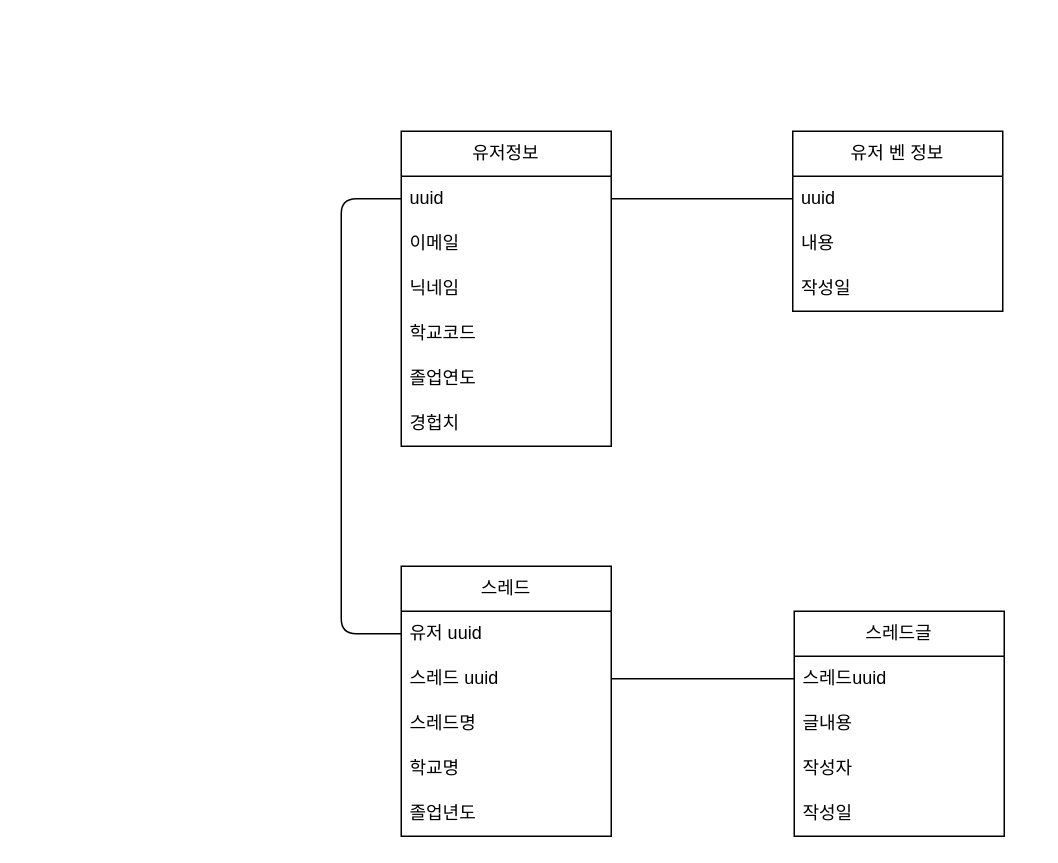
Before: page "api" (2 of 2) of doc/DB.drawio in jhh78/find_friend, a draw.io diagram. Source tidied: cells renumbered, new cells numbered last; positions are measured from the earlier drawing's top-left corner, leaving out a move shared by most shapes. Both pictures are drawn from the tidied source at 150%, with x=0, y=0 at pixel (340, 130).
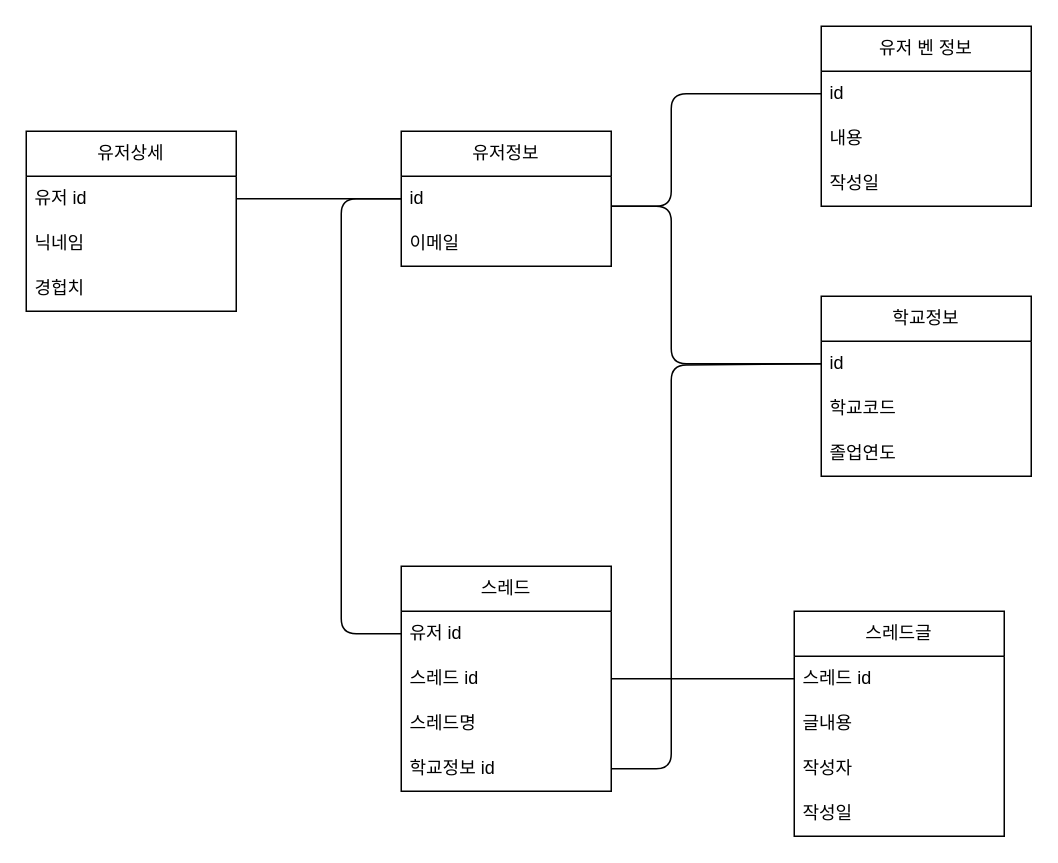
After the change.

Unchanged cells that the change refers to:
```xml
<mxCell id="15" value="스레드글" style="swimlane;fontStyle=0;horizontal=1;startSize=30;whiteSpace=wrap;html=1;" parent="1" vertex="1">
  <mxGeometry x="302" y="320" width="140" height="150" as="geometry" />
</mxCell>
```

The edit, as a diff of the source:
```diff
@@
     <mxCell id="2" value="유저정보" style="swimlane;fontStyle=0;horizontal=1;startSize=30;whiteSpace=wrap;html=1;" parent="1" vertex="1">
-      <mxGeometry x="40" width="140" height="210" as="geometry" />
+      <mxGeometry x="40" width="140" height="90" as="geometry" />
     </mxCell>
-    <mxCell id="3" value="uuid&lt;span style=&quot;white-space: pre;&quot;&gt;&#9;&lt;/span&gt;&lt;br&gt;" style="text;strokeColor=none;fillColor=none;align=left;verticalAlign=middle;spacingLeft=4;spacingRight=4;overflow=hidden;points=[[0,0.5],[1,0.5]];portConstraint=eastwest;whiteSpace=wrap;html=1;" parent="2" vertex="1">
+    <mxCell id="3" value="id" style="text;strokeColor=none;fillColor=none;align=left;verticalAlign=middle;spacingLeft=4;spacingRight=4;overflow=hidden;points=[[0,0.5],[1,0.5]];portConstraint=eastwest;whiteSpace=wrap;html=1;" parent="2" vertex="1">
       <mxGeometry y="30" width="140" height="30" as="geometry" />
     </mxCell>
@@
-    <mxCell id="5" value="닉네임" style="text;strokeColor=none;fillColor=none;align=left;verticalAlign=middle;spacingLeft=4;spacingRight=4;overflow=hidden;whiteSpace=wrap;html=1;" parent="2" vertex="1">
-      <mxGeometry y="90" width="140" height="30" as="geometry" />
-    </mxCell>
-    <mxCell id="6" value="학교코드" style="text;strokeColor=none;fillColor=none;align=left;verticalAlign=middle;spacingLeft=4;spacingRight=4;overflow=hidden;whiteSpace=wrap;html=1;" parent="2" vertex="1">
-      <mxGeometry y="120" width="140" height="30" as="geometry" />
-    </mxCell>
-    <mxCell id="7" value="졸업연도" style="text;strokeColor=none;fillColor=none;align=left;verticalAlign=middle;spacingLeft=4;spacingRight=4;overflow=hidden;whiteSpace=wrap;html=1;" parent="2" vertex="1">
-      <mxGeometry y="150" width="140" height="30" as="geometry" />
-    </mxCell>
-    <mxCell id="8" value="경헙치" style="text;strokeColor=none;fillColor=none;align=left;verticalAlign=middle;spacingLeft=4;spacingRight=4;overflow=hidden;whiteSpace=wrap;html=1;" parent="2" vertex="1">
-      <mxGeometry y="180" width="140" height="30" as="geometry" />
-    </mxCell>
     <mxCell id="9" value="스레드" style="swimlane;fontStyle=0;horizontal=1;startSize=30;whiteSpace=wrap;html=1;" parent="1" vertex="1">
-      <mxGeometry x="40" y="290" width="140" height="180" as="geometry" />
+      <mxGeometry x="40" y="290" width="140" height="150" as="geometry" />
     </mxCell>
-    <mxCell id="10" value="유저 uuid" style="text;strokeColor=none;fillColor=none;align=left;verticalAlign=middle;spacingLeft=4;spacingRight=4;overflow=hidden;points=[[0,0.5],[1,0.5]];portConstraint=eastwest;whiteSpace=wrap;html=1;" parent="9" vertex="1">
+    <mxCell id="10" value="유저 id" style="text;strokeColor=none;fillColor=none;align=left;verticalAlign=middle;spacingLeft=4;spacingRight=4;overflow=hidden;points=[[0,0.5],[1,0.5]];portConstraint=eastwest;whiteSpace=wrap;html=1;" parent="9" vertex="1">
       <mxGeometry y="30" width="140" height="30" as="geometry" />
     </mxCell>
-    <mxCell id="11" value="스레드 uuid" style="text;strokeColor=none;fillColor=none;align=left;verticalAlign=middle;spacingLeft=4;spacingRight=4;overflow=hidden;points=[[0,0.5],[1,0.5]];portConstraint=eastwest;whiteSpace=wrap;html=1;" parent="9" vertex="1">
+    <mxCell id="11" value="스레드 id" style="text;strokeColor=none;fillColor=none;align=left;verticalAlign=middle;spacingLeft=4;spacingRight=4;overflow=hidden;points=[[0,0.5],[1,0.5]];portConstraint=eastwest;whiteSpace=wrap;html=1;" parent="9" vertex="1">
       <mxGeometry y="60" width="140" height="30" as="geometry" />
     </mxCell>
@@
-    <mxCell id="13" value="학교명" style="text;strokeColor=none;fillColor=none;align=left;verticalAlign=middle;spacingLeft=4;spacingRight=4;overflow=hidden;points=[[0,0.5],[1,0.5]];portConstraint=eastwest;whiteSpace=wrap;html=1;" parent="9" vertex="1">
+    <mxCell id="13" value="학교정보 id" style="text;strokeColor=none;fillColor=none;align=left;verticalAlign=middle;spacingLeft=4;spacingRight=4;overflow=hidden;points=[[0,0.5],[1,0.5]];portConstraint=eastwest;whiteSpace=wrap;html=1;" parent="9" vertex="1">
       <mxGeometry y="120" width="140" height="30" as="geometry" />
     </mxCell>
-    <mxCell id="14" value="졸업년도" style="text;strokeColor=none;fillColor=none;align=left;verticalAlign=middle;spacingLeft=4;spacingRight=4;overflow=hidden;whiteSpace=wrap;html=1;" parent="9" vertex="1">
-      <mxGeometry y="150" width="140" height="30" as="geometry" />
-    </mxCell>
@@
-    <mxCell id="16" value="스레드uuid" style="text;strokeColor=none;fillColor=none;align=left;verticalAlign=middle;spacingLeft=4;spacingRight=4;overflow=hidden;points=[[0,0.5],[1,0.5]];portConstraint=eastwest;whiteSpace=wrap;html=1;" parent="15" vertex="1">
+    <mxCell id="16" value="스레드 id" style="text;strokeColor=none;fillColor=none;align=left;verticalAlign=middle;spacingLeft=4;spacingRight=4;overflow=hidden;points=[[0,0.5],[1,0.5]];portConstraint=eastwest;whiteSpace=wrap;html=1;" parent="15" vertex="1">
       <mxGeometry y="30" width="140" height="30" as="geometry" />
     </mxCell>
@@
     <mxCell id="22" value="유저 벤 정보" style="swimlane;fontStyle=0;horizontal=1;startSize=30;whiteSpace=wrap;html=1;" parent="1" vertex="1">
-      <mxGeometry x="301" width="140" height="120" as="geometry" />
+      <mxGeometry x="320" y="-70" width="140" height="120" as="geometry" />
     </mxCell>
-    <mxCell id="23" value="uuid&lt;span style=&quot;white-space: pre;&quot;&gt;&#9;&lt;/span&gt;&lt;br&gt;" style="text;strokeColor=none;fillColor=none;align=left;verticalAlign=middle;spacingLeft=4;spacingRight=4;overflow=hidden;points=[[0,0.5],[1,0.5]];portConstraint=eastwest;whiteSpace=wrap;html=1;" parent="22" vertex="1">
+    <mxCell id="23" value="id" style="text;strokeColor=none;fillColor=none;align=left;verticalAlign=middle;spacingLeft=4;spacingRight=4;overflow=hidden;points=[[0,0.5],[1,0.5]];portConstraint=eastwest;whiteSpace=wrap;html=1;" parent="22" vertex="1">
       <mxGeometry y="30" width="140" height="30" as="geometry" />
     </mxCell>
@@
-    <mxCell id="26" style="endArrow=none;html=1;exitX=1;exitY=0.5;exitDx=0;exitDy=0;entryX=0;entryY=0.5;entryDx=0;entryDy=0;" parent="1" edge="1" source="3" target="23">
-      <mxGeometry relative="1" as="geometry" />
+    <mxCell id="26" style="endArrow=none;html=1;entryX=0;entryY=0.5;entryDx=0;entryDy=0;" parent="1" edge="1" target="23">
+      <mxGeometry relative="1" as="geometry">
+        <mxPoint x="180" y="50" as="sourcePoint" />
+        <Array as="points">
+          <mxPoint x="220" y="50" />
+          <mxPoint x="220" y="-25" />
+        </Array>
+      </mxGeometry>
     </mxCell>
+    <mxCell id="27" value="학교정보" style="swimlane;fontStyle=0;horizontal=1;startSize=30;whiteSpace=wrap;html=1;" parent="1" vertex="1">
+      <mxGeometry x="320" y="110" width="140" height="120" as="geometry" />
+    </mxCell>
+    <mxCell id="28" value="id" style="text;strokeColor=none;fillColor=none;align=left;verticalAlign=middle;spacingLeft=4;spacingRight=4;overflow=hidden;points=[[0,0.5],[1,0.5]];portConstraint=eastwest;whiteSpace=wrap;html=1;" parent="27" vertex="1">
+      <mxGeometry y="30" width="140" height="30" as="geometry" />
+    </mxCell>
+    <mxCell id="6" value="학교코드" style="text;strokeColor=none;fillColor=none;align=left;verticalAlign=middle;spacingLeft=4;spacingRight=4;overflow=hidden;whiteSpace=wrap;html=1;" parent="27" vertex="1">
+      <mxGeometry y="60" width="140" height="30" as="geometry" />
+    </mxCell>
+    <mxCell id="7" value="졸업연도" style="text;strokeColor=none;fillColor=none;align=left;verticalAlign=middle;spacingLeft=4;spacingRight=4;overflow=hidden;whiteSpace=wrap;html=1;" parent="27" vertex="1">
+      <mxGeometry y="90" width="140" height="30" as="geometry" />
+    </mxCell>
+    <mxCell id="29" style="endArrow=none;html=1;entryX=0;entryY=0.5;entryDx=0;entryDy=0;exitX=1;exitY=0.667;exitDx=0;exitDy=0;exitPerimeter=0;" parent="1" edge="1" source="3" target="28">
+      <mxGeometry relative="1" as="geometry">
+        <Array as="points">
+          <mxPoint x="220" y="50" />
+          <mxPoint x="220" y="155" />
+        </Array>
+      </mxGeometry>
+    </mxCell>
+    <mxCell id="30" style="endArrow=none;html=1;exitX=1;exitY=0.5;exitDx=0;exitDy=0;entryX=0;entryY=0.5;entryDx=0;entryDy=0;" parent="1" edge="1" source="13" target="28">
+      <mxGeometry relative="1" as="geometry">
+        <Array as="points">
+          <mxPoint x="220" y="425" />
+          <mxPoint x="220" y="156" />
+        </Array>
+      </mxGeometry>
+    </mxCell>
+    <mxCell id="31" value="유저상세" style="swimlane;fontStyle=0;horizontal=1;startSize=30;whiteSpace=wrap;html=1;" parent="1" vertex="1">
+      <mxGeometry x="-210" width="140" height="120" as="geometry" />
+    </mxCell>
+    <mxCell id="32" value="유저 id" style="text;strokeColor=none;fillColor=none;align=left;verticalAlign=middle;spacingLeft=4;spacingRight=4;overflow=hidden;points=[[0,0.5],[1,0.5]];portConstraint=eastwest;whiteSpace=wrap;html=1;" parent="31" vertex="1">
+      <mxGeometry y="30" width="140" height="30" as="geometry" />
+    </mxCell>
+    <mxCell id="5" value="닉네임" style="text;strokeColor=none;fillColor=none;align=left;verticalAlign=middle;spacingLeft=4;spacingRight=4;overflow=hidden;whiteSpace=wrap;html=1;" parent="31" vertex="1">
+      <mxGeometry y="60" width="140" height="30" as="geometry" />
+    </mxCell>
+    <mxCell id="8" value="경헙치" style="text;strokeColor=none;fillColor=none;align=left;verticalAlign=middle;spacingLeft=4;spacingRight=4;overflow=hidden;whiteSpace=wrap;html=1;" parent="31" vertex="1">
+      <mxGeometry y="90" width="140" height="30" as="geometry" />
+    </mxCell>
+    <mxCell id="33" style="endArrow=none;html=1;exitX=1;exitY=0.5;exitDx=0;exitDy=0;entryX=0;entryY=0.5;entryDx=0;entryDy=0;" parent="1" edge="1" source="32" target="3">
+      <mxGeometry relative="1" as="geometry" />
+    </mxCell>
```
